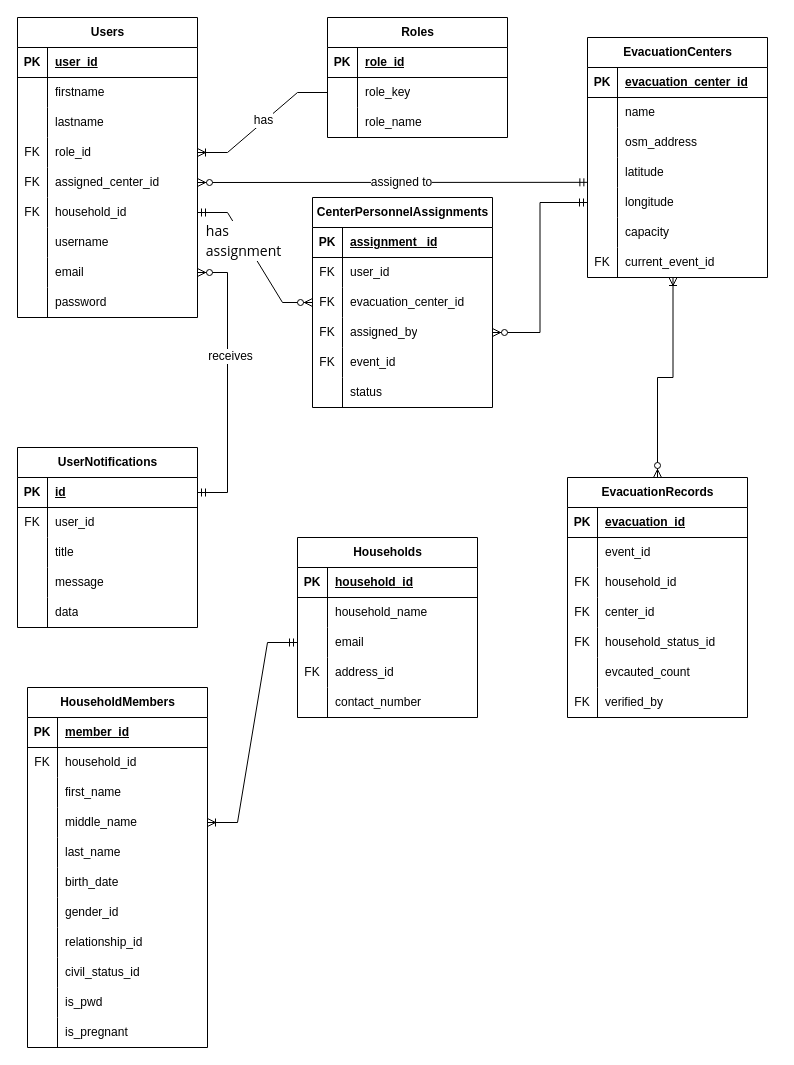
This is page "ERD" (3 of 3) of docs/sys1.0.drawio from klint-droid/EvaTrack, a draw.io file, before an edit. Source tidied: cells renumbered, new cells numbered last; positions are measured from the earlier drawing's top-left corner, leaving out a move shared by most shapes. Both pictures are drawn from the tidied source at 100%, with x=0, y=0 at pixel (17, 17).
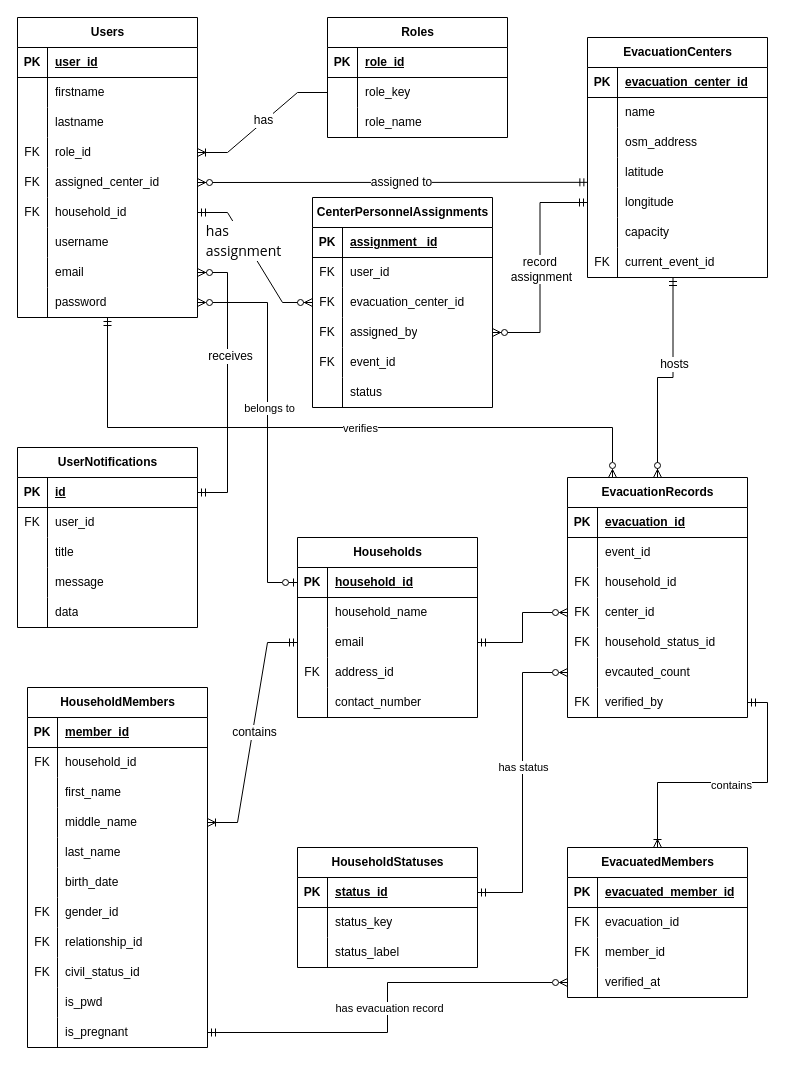
Above is the later version.

The change refers to these unchanged cells:
```xml
<mxCell id="2" value="Users" style="shape=table;startSize=30;childLayout=tableLayout;rowLines=0;fontStyle=1;align=center;html=1;" parent="1" vertex="1">
  <mxGeometry width="180" height="300" as="geometry" />
</mxCell>
<mxCell id="27" style="shape=tableRow;horizontal=0;startSize=0;swimlaneHead=0;swimlaneBody=0;fillColor=none;points=[[0,0.5],[1,0.5]];portConstraint=eastwest;top=0;left=0;right=0;bottom=0;" parent="2" vertex="1">
  <mxGeometry y="270" width="180" height="30" as="geometry" />
</mxCell>
<mxCell id="100" style="shape=tableRow;horizontal=0;startSize=0;swimlaneHead=0;swimlaneBody=0;fillColor=none;points=[[0,0.5],[1,0.5]];portConstraint=eastwest;top=0;left=0;right=0;bottom=0;" parent="81" vertex="1">
  <mxGeometry y="210" width="180" height="30" as="geometry" />
</mxCell>
<mxCell id="105" style="fontSize=12;html=1;endArrow=ERzeroToMany;startArrow=ERmandOne;rounded=0;defaultLabelBackgroundColor=page;labelPadding=0 4;edgeStyle=orthogonalEdgeStyle;exitX=0;exitY=0.5;exitDx=0;exitDy=0;" parent="1" edge="1" source="94" target="52">
  <mxGeometry x="0.51" relative="1" as="geometry" />
</mxCell>
<mxCell id="106" value="EvacuationRecords" style="shape=table;startSize=30;childLayout=tableLayout;rowLines=0;fontStyle=1;align=center;html=1;" parent="1" vertex="1">
  <mxGeometry x="550" y="460" width="180" height="240" as="geometry" />
</mxCell>
<mxCell id="116" style="shape=tableRow;horizontal=0;startSize=0;swimlaneHead=0;swimlaneBody=0;fillColor=none;points=[[0,0.5],[1,0.5]];portConstraint=eastwest;top=0;left=0;right=0;bottom=0;" parent="106" vertex="1">
  <mxGeometry y="120" width="180" height="30" as="geometry" />
</mxCell>
<mxCell id="122" style="shape=tableRow;horizontal=0;startSize=0;swimlaneHead=0;swimlaneBody=0;fillColor=none;points=[[0,0.5],[1,0.5]];portConstraint=eastwest;top=0;left=0;right=0;bottom=0;" parent="106" vertex="1">
  <mxGeometry y="180" width="180" height="30" as="geometry" />
</mxCell>
<mxCell id="125" style="shape=tableRow;horizontal=0;startSize=0;swimlaneHead=0;swimlaneBody=0;fillColor=none;points=[[0,0.5],[1,0.5]];portConstraint=eastwest;top=0;left=0;right=0;bottom=0;" parent="106" vertex="1">
  <mxGeometry y="210" width="180" height="30" as="geometry" />
</mxCell>
<mxCell id="130" style="shape=tableRow;horizontal=0;startSize=0;swimlaneHead=0;swimlaneBody=0;fillColor=none;points=[[0,0.5],[1,0.5]];portConstraint=eastwest;top=0;left=0;right=0;bottom=1;" parent="129" vertex="1">
  <mxGeometry y="30" width="180" height="30" as="geometry" />
</mxCell>
<mxCell id="136" style="shape=tableRow;horizontal=0;startSize=0;swimlaneHead=0;swimlaneBody=0;fillColor=none;points=[[0,0.5],[1,0.5]];portConstraint=eastwest;top=0;left=0;right=0;bottom=0;" parent="129" vertex="1">
  <mxGeometry y="90" width="180" height="30" as="geometry" />
</mxCell>
<mxCell id="164" style="shape=tableRow;horizontal=0;startSize=0;swimlaneHead=0;swimlaneBody=0;fillColor=none;top=0;left=0;right=0;bottom=0;" parent="145" vertex="1">
  <mxGeometry y="210" width="180" height="30" as="geometry" />
</mxCell>
<mxCell id="167" style="shape=tableRow;horizontal=0;startSize=0;swimlaneHead=0;swimlaneBody=0;fillColor=none;top=0;left=0;right=0;bottom=0;" parent="145" vertex="1">
  <mxGeometry y="240" width="180" height="30" as="geometry" />
</mxCell>
<mxCell id="170" style="shape=tableRow;horizontal=0;startSize=0;swimlaneHead=0;swimlaneBody=0;fillColor=none;top=0;left=0;right=0;bottom=0;" parent="145" vertex="1">
  <mxGeometry y="270" width="180" height="30" as="geometry" />
</mxCell>
<mxCell id="176" style="shape=tableRow;horizontal=0;startSize=0;swimlaneHead=0;swimlaneBody=0;fillColor=none;points=[[0,0.5],[1,0.5]];portConstraint=eastwest;top=0;left=0;right=0;bottom=0;" parent="145" vertex="1">
  <mxGeometry y="330" width="180" height="30" as="geometry" />
</mxCell>
<mxCell id="179" style="edgeStyle=entityRelationEdgeStyle;fontSize=12;html=1;endArrow=ERoneToMany;startArrow=ERmandOne;rounded=0;defaultLabelBackgroundColor=page;labelPadding=0 4;entryX=1;entryY=0.5;entryDx=0;entryDy=0;exitX=0;exitY=0.5;exitDx=0;exitDy=0;" parent="1" edge="1" source="136" target="155">
  <mxGeometry relative="1" as="geometry" />
</mxCell>
```

Change to the diagram source:
```diff
@@
+    <mxCell id="180" style="edgeStyle=orthogonalEdgeStyle;rounded=0;jettySize=auto;html=1;entryX=0.25;entryY=0;entryDx=0;entryDy=0;defaultLabelBackgroundColor=page;labelPadding=0 4;startArrow=ERmandOne;startFill=0;endArrow=ERzeroToMany;endFill=0;" parent="1" edge="1" source="2" target="106">
+      <mxGeometry relative="1" as="geometry">
+        <Array as="points">
+          <mxPoint x="90" y="410" />
+          <mxPoint x="595" y="410" />
+        </Array>
+      </mxGeometry>
+    </mxCell>
+    <mxCell id="181" value="verifies" style="edgeLabel;html=1;align=center;verticalAlign=middle;inheritText=1;defaultLabelBackgroundColor=page;labelPadding=0 4;" parent="180" vertex="1">
+      <mxGeometry x="0.09" relative="1" as="geometry" />
+    </mxCell>
@@
+    <mxCell id="182" value="record&amp;nbsp;&lt;div&gt;assignment&lt;/div&gt;" style="edgeLabel;html=1;align=center;verticalAlign=middle;inheritText=1;fontSize=12;defaultLabelBackgroundColor=page;labelPadding=0 4;" parent="105" vertex="1">
+      <mxGeometry x="0.01" y="1" relative="1" as="geometry" />
+    </mxCell>
@@
-    <mxCell id="128" style="fontSize=12;html=1;endArrow=ERzeroToMany;startArrow=ERoneToMany;rounded=0;defaultLabelBackgroundColor=page;labelPadding=0 4;edgeStyle=orthogonalEdgeStyle;exitX=0.475;exitY=1;exitDx=0;exitDy=0;exitPerimeter=0;entryX=0.5;entryY=0;entryDx=0;entryDy=0;startFill=0;" parent="1" edge="1" source="100" target="106">
+    <mxCell id="128" style="fontSize=12;html=1;endArrow=ERzeroToMany;startArrow=ERmandOne;rounded=0;defaultLabelBackgroundColor=page;labelPadding=0 4;edgeStyle=orthogonalEdgeStyle;exitX=0.475;exitY=1;exitDx=0;exitDy=0;exitPerimeter=0;entryX=0.5;entryY=0;entryDx=0;entryDy=0;startFill=0;" parent="1" edge="1" source="100" target="106">
       <mxGeometry x="-0.27" relative="1" as="geometry" />
     </mxCell>
+    <mxCell id="183" value="hosts" style="edgeLabel;html=1;align=center;verticalAlign=middle;inheritText=1;fontSize=12;defaultLabelBackgroundColor=page;labelPadding=0 4;" parent="128" vertex="1">
+      <mxGeometry x="-0.2" y="1" relative="1" as="geometry" />
+    </mxCell>
@@
-    <mxCell id="165" style="shape=partialRectangle;fillColor=none;top=0;left=0;bottom=0;right=0;overflow=hidden;whiteSpace=wrap;html=1;" parent="164" vertex="1">
+    <mxCell id="165" value="FK" style="shape=partialRectangle;fillColor=none;top=0;left=0;bottom=0;right=0;overflow=hidden;whiteSpace=wrap;html=1;" parent="164" vertex="1">
       <mxGeometry width="30" height="30" as="geometry" />
     </mxCell>
@@
-    <mxCell id="168" style="shape=partialRectangle;fillColor=none;top=0;left=0;bottom=0;right=0;overflow=hidden;whiteSpace=wrap;html=1;" parent="167" vertex="1">
+    <mxCell id="168" value="FK" style="shape=partialRectangle;fillColor=none;top=0;left=0;bottom=0;right=0;overflow=hidden;whiteSpace=wrap;html=1;" parent="167" vertex="1">
       <mxGeometry width="30" height="30" as="geometry" />
     </mxCell>
@@
-    <mxCell id="171" style="shape=partialRectangle;fillColor=none;top=0;left=0;bottom=0;right=0;overflow=hidden;whiteSpace=wrap;html=1;" parent="170" vertex="1">
+    <mxCell id="171" value="FK" style="shape=partialRectangle;fillColor=none;top=0;left=0;bottom=0;right=0;overflow=hidden;whiteSpace=wrap;html=1;" parent="170" vertex="1">
       <mxGeometry width="30" height="30" as="geometry" />
     </mxCell>
@@
+    <mxCell id="184" value="contains" style="edgeLabel;html=1;align=center;verticalAlign=middle;inheritText=1;fontSize=12;defaultLabelBackgroundColor=page;labelPadding=0 4;" parent="179" vertex="1">
+      <mxGeometry y="1" relative="1" as="geometry" />
+    </mxCell>
+    <mxCell id="185" value="HouseholdStatuses" style="shape=table;startSize=30;childLayout=tableLayout;rowLines=0;fontStyle=1;align=center;html=1;" parent="1" vertex="1">
+      <mxGeometry x="280" y="830" width="180" height="120" as="geometry" />
+    </mxCell>
+    <mxCell id="186" style="shape=tableRow;horizontal=0;startSize=0;swimlaneHead=0;swimlaneBody=0;fillColor=none;points=[[0,0.5],[1,0.5]];portConstraint=eastwest;top=0;left=0;right=0;bottom=1;" parent="185" vertex="1">
+      <mxGeometry y="30" width="180" height="30" as="geometry" />
+    </mxCell>
+    <mxCell id="187" value="PK" style="shape=partialRectangle;fillColor=none;top=0;left=0;bottom=0;right=0;fontStyle=1;overflow=hidden;whiteSpace=wrap;html=1;" parent="186" vertex="1">
+      <mxGeometry width="30" height="30" as="geometry" />
+    </mxCell>
+    <mxCell id="188" value="status_id" style="shape=partialRectangle;fillColor=none;top=0;left=0;bottom=0;right=0;align=left;spacingLeft=6;fontStyle=5;overflow=hidden;whiteSpace=wrap;html=1;" parent="186" vertex="1">
+      <mxGeometry x="30" width="150" height="30" as="geometry" />
+    </mxCell>
+    <mxCell id="189" style="shape=tableRow;horizontal=0;startSize=0;swimlaneHead=0;swimlaneBody=0;fillColor=none;top=0;left=0;right=0;bottom=0;" parent="185" vertex="1">
+      <mxGeometry y="60" width="180" height="30" as="geometry" />
+    </mxCell>
+    <mxCell id="190" style="shape=partialRectangle;fillColor=none;top=0;left=0;bottom=0;right=0;overflow=hidden;whiteSpace=wrap;html=1;" parent="189" vertex="1">
+      <mxGeometry width="30" height="30" as="geometry" />
+    </mxCell>
+    <mxCell id="191" value="status_key" style="shape=partialRectangle;fillColor=none;top=0;left=0;bottom=0;right=0;align=left;spacingLeft=6;overflow=hidden;whiteSpace=wrap;html=1;" parent="189" vertex="1">
+      <mxGeometry x="30" width="150" height="30" as="geometry" />
+    </mxCell>
+    <mxCell id="192" style="shape=tableRow;horizontal=0;startSize=0;swimlaneHead=0;swimlaneBody=0;fillColor=none;top=0;left=0;right=0;bottom=0;" parent="185" vertex="1">
+      <mxGeometry y="90" width="180" height="30" as="geometry" />
+    </mxCell>
+    <mxCell id="193" style="shape=partialRectangle;fillColor=none;top=0;left=0;bottom=0;right=0;overflow=hidden;whiteSpace=wrap;html=1;" parent="192" vertex="1">
+      <mxGeometry width="30" height="30" as="geometry" />
+    </mxCell>
+    <mxCell id="194" value="status_label" style="shape=partialRectangle;fillColor=none;top=0;left=0;bottom=0;right=0;align=left;spacingLeft=6;overflow=hidden;whiteSpace=wrap;html=1;" parent="192" vertex="1">
+      <mxGeometry x="30" width="150" height="30" as="geometry" />
+    </mxCell>
+    <mxCell id="195" style="edgeStyle=orthogonalEdgeStyle;rounded=0;jettySize=auto;html=1;entryX=0;entryY=0.5;entryDx=0;entryDy=0;defaultLabelBackgroundColor=page;labelPadding=0 4;startArrow=ERzeroToMany;startFill=0;endArrow=ERzeroToOne;endFill=0;" parent="1" edge="1" source="27" target="130">
+      <mxGeometry relative="1" as="geometry">
+        <Array as="points">
+          <mxPoint x="250" y="285" />
+          <mxPoint x="250" y="565" />
+        </Array>
+      </mxGeometry>
+    </mxCell>
+    <mxCell id="196" value="belongs to" style="edgeLabel;html=1;align=center;verticalAlign=middle;inheritText=1;defaultLabelBackgroundColor=page;labelPadding=0 4;" parent="195" vertex="1">
+      <mxGeometry x="0.02" y="1" relative="1" as="geometry">
+        <mxPoint y="-19" as="offset" />
+      </mxGeometry>
+    </mxCell>
+    <mxCell id="197" style="edgeStyle=orthogonalEdgeStyle;rounded=0;jettySize=auto;html=1;entryX=0;entryY=0.5;entryDx=0;entryDy=0;defaultLabelBackgroundColor=page;labelPadding=0 4;startArrow=ERmandOne;startFill=0;endArrow=ERzeroToMany;endFill=0;" parent="1" edge="1" source="136" target="116">
+      <mxGeometry relative="1" as="geometry" />
+    </mxCell>
+    <mxCell id="198" style="edgeStyle=orthogonalEdgeStyle;rounded=0;jettySize=auto;html=1;defaultLabelBackgroundColor=page;labelPadding=0 4;startArrow=ERmandOne;startFill=0;endArrow=ERzeroToMany;endFill=0;exitX=1;exitY=0.5;exitDx=0;exitDy=0;entryX=0;entryY=0.5;entryDx=0;entryDy=0;" parent="1" edge="1" source="186" target="122">
+      <mxGeometry x="-0.6" relative="1" as="geometry" />
+    </mxCell>
+    <mxCell id="199" value="has status" style="edgeLabel;html=1;align=center;verticalAlign=middle;inheritText=1;defaultLabelBackgroundColor=page;labelPadding=0 4;" parent="198" vertex="1">
+      <mxGeometry x="0.1" relative="1" as="geometry" />
+    </mxCell>
+    <mxCell id="200" style="edgeStyle=orthogonalEdgeStyle;rounded=0;jettySize=auto;html=1;defaultLabelBackgroundColor=page;labelPadding=0 4;endArrow=ERmandOne;endFill=0;startArrow=ERoneToMany;startFill=0;" parent="1" edge="1" source="202" target="125">
+      <mxGeometry relative="1" as="geometry" />
+    </mxCell>
+    <mxCell id="201" value="contains" style="edgeLabel;html=1;align=center;verticalAlign=middle;inheritText=1;defaultLabelBackgroundColor=page;labelPadding=0 4;" parent="200" vertex="1">
+      <mxGeometry y="-2" relative="1" as="geometry" />
+    </mxCell>
+    <mxCell id="202" value="EvacuatedMembers" style="shape=table;startSize=30;childLayout=tableLayout;rowLines=0;fontStyle=1;align=center;html=1;" parent="1" vertex="1">
+      <mxGeometry x="550" y="830" width="180" height="150" as="geometry" />
+    </mxCell>
+    <mxCell id="203" style="shape=tableRow;horizontal=0;startSize=0;swimlaneHead=0;swimlaneBody=0;fillColor=none;top=0;left=0;right=0;bottom=1;" parent="202" vertex="1">
+      <mxGeometry y="30" width="180" height="30" as="geometry" />
+    </mxCell>
+    <mxCell id="204" value="PK" style="shape=partialRectangle;fillColor=none;top=0;left=0;bottom=0;right=0;fontStyle=1;overflow=hidden;whiteSpace=wrap;html=1;" parent="203" vertex="1">
+      <mxGeometry width="30" height="30" as="geometry" />
+    </mxCell>
+    <mxCell id="205" value="evacuated_member_id" style="shape=partialRectangle;fillColor=none;top=0;left=0;bottom=0;right=0;align=left;spacingLeft=6;fontStyle=5;overflow=hidden;whiteSpace=wrap;html=1;" parent="203" vertex="1">
+      <mxGeometry x="30" width="150" height="30" as="geometry" />
+    </mxCell>
+    <mxCell id="206" style="shape=tableRow;horizontal=0;startSize=0;swimlaneHead=0;swimlaneBody=0;fillColor=none;top=0;left=0;right=0;bottom=0;" parent="202" vertex="1">
+      <mxGeometry y="60" width="180" height="30" as="geometry" />
+    </mxCell>
+    <mxCell id="207" value="FK" style="shape=partialRectangle;fillColor=none;top=0;left=0;bottom=0;right=0;overflow=hidden;whiteSpace=wrap;html=1;" parent="206" vertex="1">
+      <mxGeometry width="30" height="30" as="geometry" />
+    </mxCell>
+    <mxCell id="208" value="evacuation_id" style="shape=partialRectangle;fillColor=none;top=0;left=0;bottom=0;right=0;align=left;spacingLeft=6;overflow=hidden;whiteSpace=wrap;html=1;" parent="206" vertex="1">
+      <mxGeometry x="30" width="150" height="30" as="geometry" />
+    </mxCell>
+    <mxCell id="209" style="shape=tableRow;horizontal=0;startSize=0;swimlaneHead=0;swimlaneBody=0;fillColor=none;top=0;left=0;right=0;bottom=0;" parent="202" vertex="1">
+      <mxGeometry y="90" width="180" height="30" as="geometry" />
+    </mxCell>
+    <mxCell id="210" value="FK" style="shape=partialRectangle;fillColor=none;top=0;left=0;bottom=0;right=0;overflow=hidden;whiteSpace=wrap;html=1;" parent="209" vertex="1">
+      <mxGeometry width="30" height="30" as="geometry" />
+    </mxCell>
+    <mxCell id="211" value="member_id" style="shape=partialRectangle;fillColor=none;top=0;left=0;bottom=0;right=0;align=left;spacingLeft=6;overflow=hidden;whiteSpace=wrap;html=1;" parent="209" vertex="1">
+      <mxGeometry x="30" width="150" height="30" as="geometry" />
+    </mxCell>
+    <mxCell id="212" style="shape=tableRow;horizontal=0;startSize=0;swimlaneHead=0;swimlaneBody=0;fillColor=none;points=[[0,0.5],[1,0.5]];portConstraint=eastwest;top=0;left=0;right=0;bottom=0;" parent="202" vertex="1">
+      <mxGeometry y="120" width="180" height="30" as="geometry" />
+    </mxCell>
+    <mxCell id="213" style="shape=partialRectangle;fillColor=none;top=0;left=0;bottom=0;right=0;overflow=hidden;whiteSpace=wrap;html=1;" parent="212" vertex="1">
+      <mxGeometry width="30" height="30" as="geometry" />
+    </mxCell>
+    <mxCell id="214" value="verified_at" style="shape=partialRectangle;fillColor=none;top=0;left=0;bottom=0;right=0;align=left;spacingLeft=6;overflow=hidden;whiteSpace=wrap;html=1;" parent="212" vertex="1">
+      <mxGeometry x="30" width="150" height="30" as="geometry" />
+    </mxCell>
+    <mxCell id="215" style="edgeStyle=orthogonalEdgeStyle;rounded=0;jettySize=auto;html=1;defaultLabelBackgroundColor=page;labelPadding=0 4;startArrow=ERmandOne;startFill=0;endArrow=ERzeroToMany;endFill=0;" parent="1" edge="1" source="176" target="212">
+      <mxGeometry relative="1" as="geometry" />
+    </mxCell>
+    <mxCell id="216" value="has evacuation record" style="edgeLabel;html=1;align=center;verticalAlign=middle;inheritText=1;defaultLabelBackgroundColor=page;labelPadding=0 4;" parent="215" vertex="1">
+      <mxGeometry y="-1" relative="1" as="geometry" />
+    </mxCell>
```
